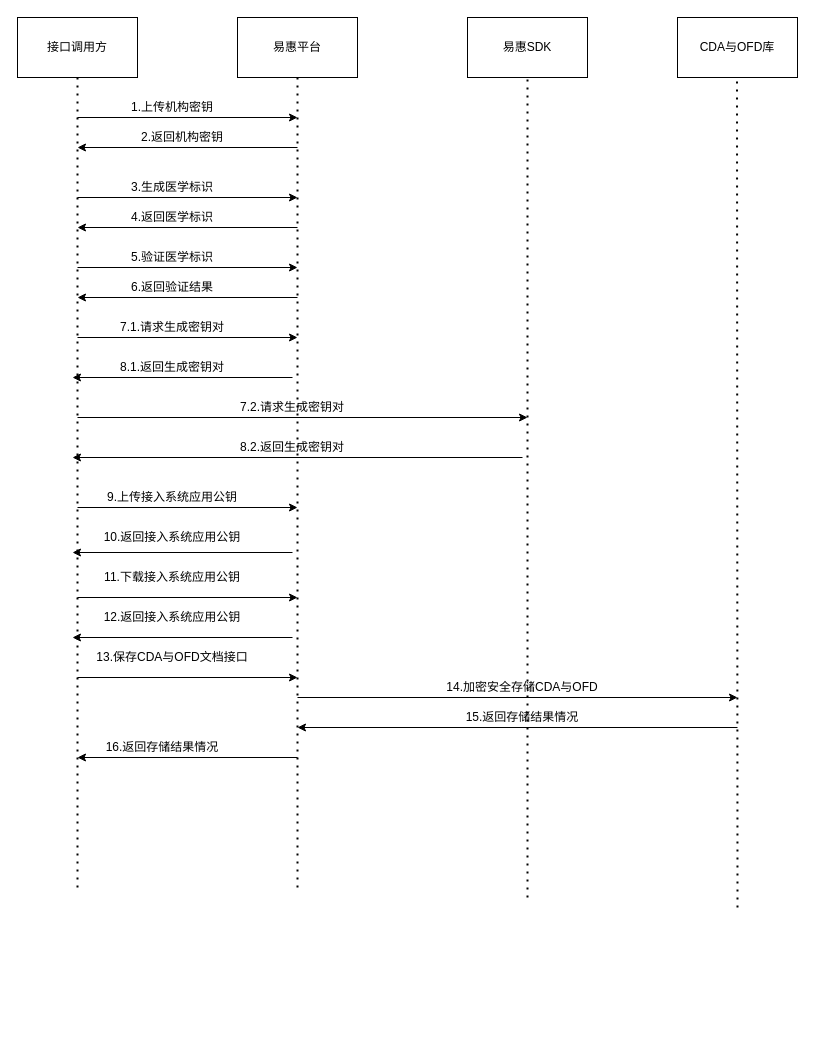
This is source/易惠-加密一体机接口调阅流程.drawio from SmileCJX/processon, a draw.io file, before an edit. Source tidied: cells renumbered, new cells numbered last; positions are measured from the earlier drawing's top-left corner, leaving out a move shared by most shapes. Both pictures are drawn from the tidied source at 100%, with x=0, y=0 at pixel (17, 17).
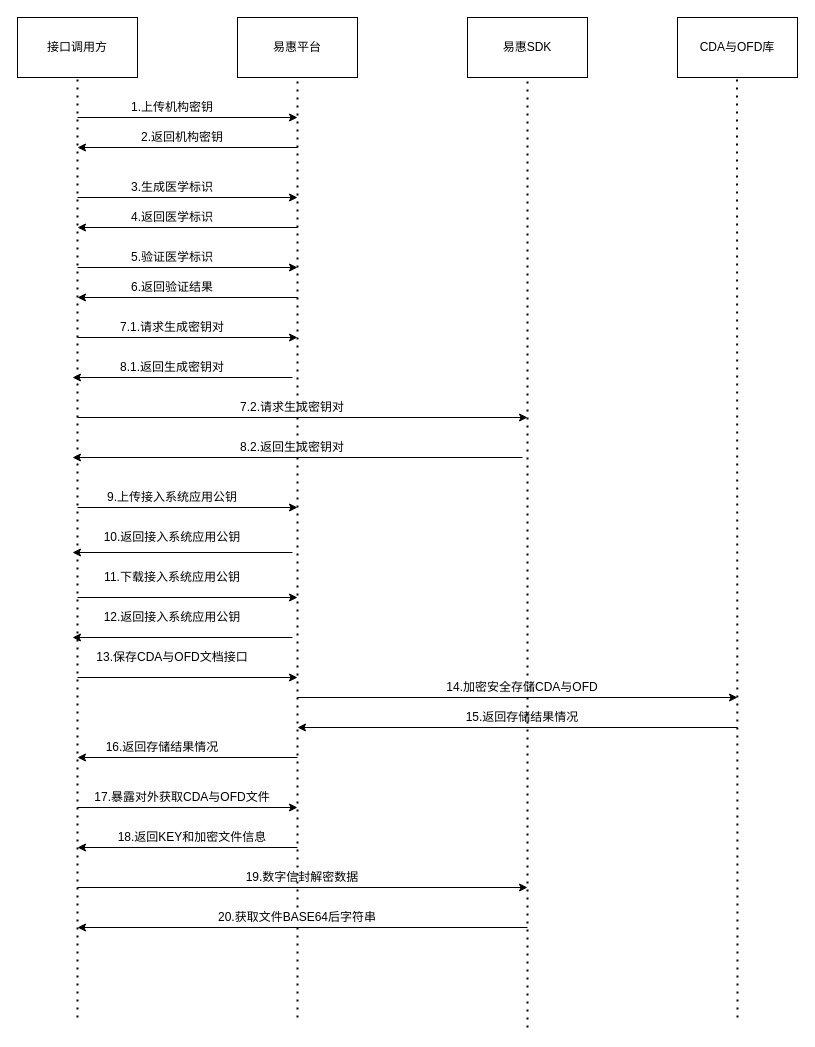
After the change.

Commit message (it also covers changes not shown here):
更新易惠-加密一体机接口调阅流程.drawio

Unchanged cells that the change refers to:
```xml
<mxCell id="2" value="接口调用方" style="rounded=0;whiteSpace=wrap;html=1;" parent="1" vertex="1">
  <mxGeometry width="120" height="60" as="geometry" />
</mxCell>
<mxCell id="3" value="易惠平台" style="rounded=0;whiteSpace=wrap;html=1;" parent="1" vertex="1">
  <mxGeometry x="220" width="120" height="60" as="geometry" />
</mxCell>
<mxCell id="6" value="易惠SDK" style="rounded=0;whiteSpace=wrap;html=1;" parent="1" vertex="1">
  <mxGeometry x="450" width="120" height="60" as="geometry" />
</mxCell>
```

What changed in the source:
```diff
@@
     <mxCell id="4" style="endArrow=none;dashed=1;html=1;dashPattern=1 3;strokeWidth=2;entryX=0.5;entryY=1;entryDx=0;entryDy=0;" parent="1" edge="1" target="2">
       <mxGeometry relative="1" as="geometry">
-        <mxPoint x="60" y="870" as="sourcePoint" />
+        <mxPoint x="60" y="1000" as="sourcePoint" />
       </mxGeometry>
     </mxCell>
-    <mxCell id="5" style="endArrow=none;dashed=1;html=1;dashPattern=1 3;strokeWidth=2;entryX=0.5;entryY=1;entryDx=0;entryDy=0;" parent="1" edge="1" target="3">
-      <mxGeometry relative="1" as="geometry">
-        <mxPoint x="280" y="870" as="sourcePoint" />
-      </mxGeometry>
+    <mxCell id="5" style="endArrow=none;dashed=1;html=1;dashPattern=1 3;strokeWidth=2;entryX=0.5;entryY=1;entryDx=0;entryDy=0;" parent="1" edge="1" source="53" target="3">
+      <mxGeometry relative="1" as="geometry" />
     </mxCell>
@@
     <mxCell id="7" style="endArrow=none;dashed=1;html=1;dashPattern=1 3;strokeWidth=2;entryX=0.5;entryY=1;entryDx=0;entryDy=0;" parent="1" edge="1" target="6">
       <mxGeometry relative="1" as="geometry">
-        <mxPoint x="510" y="880" as="sourcePoint" />
+        <mxPoint x="510" y="1010" as="sourcePoint" />
       </mxGeometry>
     </mxCell>
@@
     <mxCell id="39" style="endArrow=none;dashed=1;html=1;dashPattern=1 3;strokeWidth=2;entryX=0.5;entryY=1;entryDx=0;entryDy=0;" parent="1" edge="1">
       <mxGeometry relative="1" as="geometry">
-        <mxPoint x="720" y="890" as="sourcePoint" />
+        <mxPoint x="720" y="1000" as="sourcePoint" />
         <mxPoint x="719.5" y="60" as="targetPoint" />
       </mxGeometry>
     </mxCell>
@@
+    <mxCell id="46" style="endArrow=classic;html=1;" parent="1" edge="1">
+      <mxGeometry relative="1" as="geometry">
+        <mxPoint x="60" y="790" as="sourcePoint" />
+        <mxPoint x="280" y="790" as="targetPoint" />
+      </mxGeometry>
+    </mxCell>
+    <mxCell id="47" value="17.暴露对外获取CDA与OFD文件" style="text;html=1;strokeColor=none;fillColor=none;align=center;verticalAlign=middle;whiteSpace=wrap;rounded=0;" parent="1" vertex="1">
+      <mxGeometry x="70" y="770" width="190" height="20" as="geometry" />
+    </mxCell>
+    <mxCell id="48" style="endArrow=classic;html=1;" parent="1" edge="1">
+      <mxGeometry relative="1" as="geometry">
+        <mxPoint x="280" y="830" as="sourcePoint" />
+        <mxPoint x="60" y="830" as="targetPoint" />
+      </mxGeometry>
+    </mxCell>
+    <mxCell id="49" value="18.返回KEY和加密文件信息" style="text;html=1;strokeColor=none;fillColor=none;align=center;verticalAlign=middle;whiteSpace=wrap;rounded=0;" parent="1" vertex="1">
+      <mxGeometry x="80" y="810" width="190" height="20" as="geometry" />
+    </mxCell>
+    <mxCell id="50" style="endArrow=classic;html=1;" parent="1" edge="1">
+      <mxGeometry relative="1" as="geometry">
+        <mxPoint x="60" y="870" as="sourcePoint" />
+        <mxPoint x="510" y="870" as="targetPoint" />
+      </mxGeometry>
+    </mxCell>
+    <mxCell id="51" value="19.数字信封解密数据" style="text;html=1;strokeColor=none;fillColor=none;align=center;verticalAlign=middle;whiteSpace=wrap;rounded=0;" parent="1" vertex="1">
+      <mxGeometry x="190" y="850" width="190" height="20" as="geometry" />
+    </mxCell>
+    <mxCell id="52" style="endArrow=classic;html=1;" parent="1" edge="1">
+      <mxGeometry relative="1" as="geometry">
+        <mxPoint x="510" y="910" as="sourcePoint" />
+        <mxPoint x="60" y="910" as="targetPoint" />
+      </mxGeometry>
+    </mxCell>
+    <mxCell id="53" value="20.获取文件BASE64后字符串" style="text;html=1;strokeColor=none;fillColor=none;align=center;verticalAlign=middle;whiteSpace=wrap;rounded=0;" parent="1" vertex="1">
+      <mxGeometry x="185" y="890" width="190" height="20" as="geometry" />
+    </mxCell>
+    <mxCell id="54" style="endArrow=none;dashed=1;html=1;dashPattern=1 3;strokeWidth=2;entryX=0.5;entryY=1;entryDx=0;entryDy=0;" parent="1" edge="1" target="53">
+      <mxGeometry relative="1" as="geometry">
+        <mxPoint x="280" y="1000" as="sourcePoint" />
+      </mxGeometry>
+    </mxCell>
```
